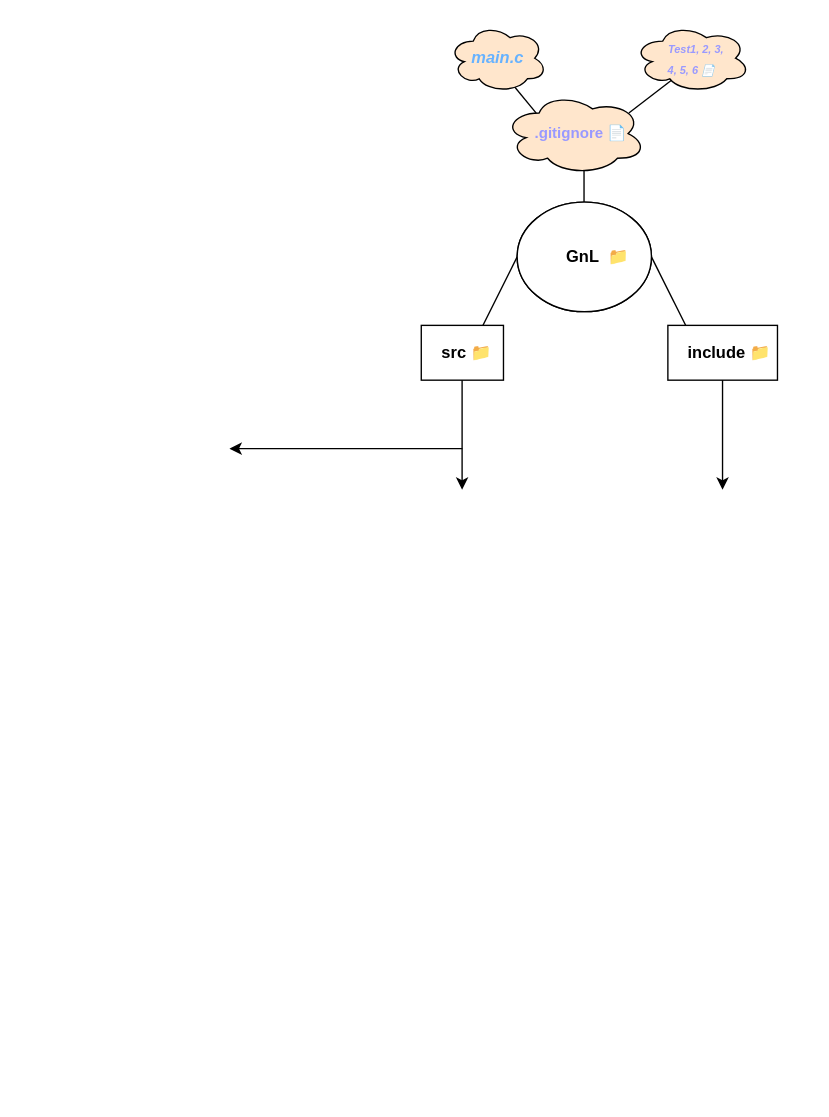
This is gnl.drawio from Akyria13/get_next_line, a draw.io file, before an edit. Source tidied: cells renumbered, new cells numbered last; positions are measured from the earlier drawing's top-left corner, leaving out a move shared by most shapes. Both pictures are drawn from the tidied source at 137%, with x=0, y=0 at pixel (229, 23).
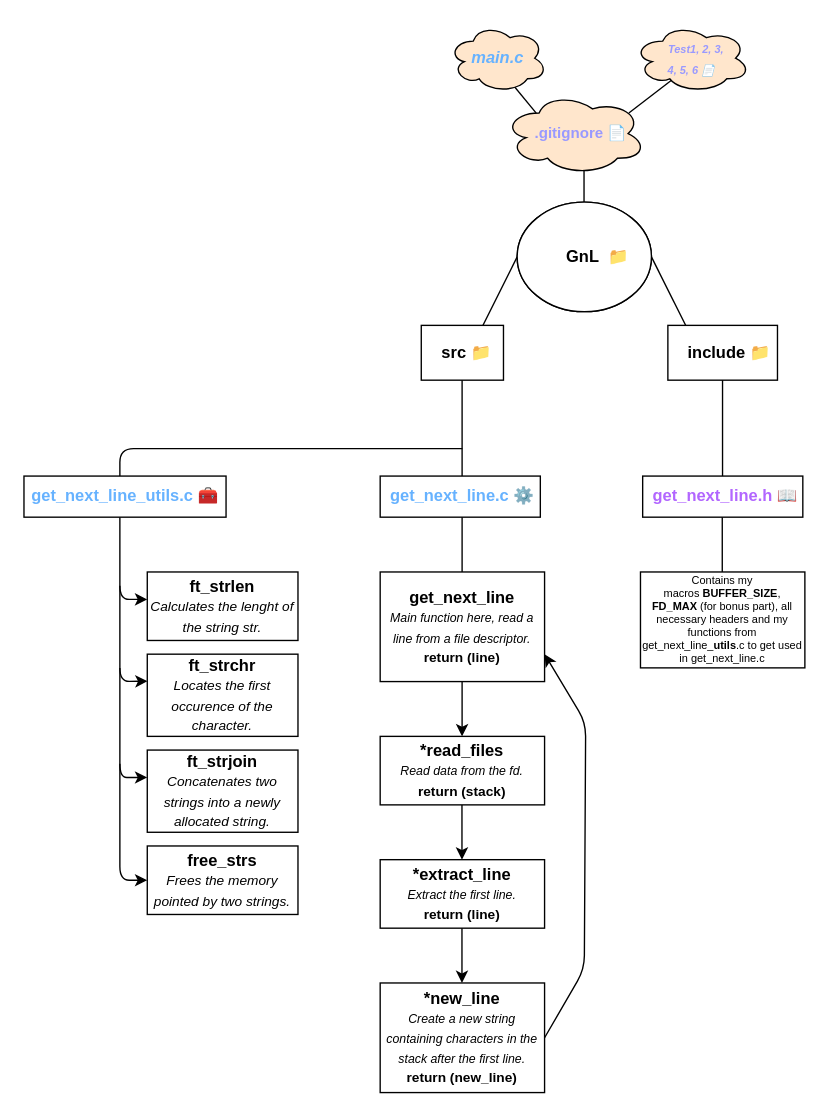
The same diagram, later.

Commit message:
🟢 Update from school : Project done with bonus

The edit, as a diff of the source:
```diff
@@
     <mxCell id="16" style="edgeStyle=none;orthogonalLoop=1;jettySize=auto;html=1;fontSize=11;" parent="1" edge="1">
       <mxGeometry relative="1" as="geometry">
         <mxPoint x="170" y="310" as="sourcePoint" />
-        <mxPoint y="310" as="targetPoint" />
+        <mxPoint x="-80" y="340" as="targetPoint" />
+        <Array as="points">
+          <mxPoint x="-80" y="310" />
+        </Array>
       </mxGeometry>
     </mxCell>
+    <mxCell id="17" value="&lt;span id=&quot;copy-emoji&quot; class=&quot;efont&quot;&gt;&lt;b&gt;&lt;font color=&quot;#66b2ff&quot;&gt;&amp;nbsp;get_next_line.c&amp;nbsp;&lt;/font&gt;&lt;/b&gt;&lt;font color=&quot;#66b2ff&quot;&gt;&lt;b&gt;⚙️&lt;/b&gt;&lt;/font&gt;&lt;br&gt;&lt;/span&gt;" style="whiteSpace=wrap;html=1;" parent="1" vertex="1">
+      <mxGeometry x="110" y="330" width="116.9" height="30" as="geometry" />
+    </mxCell>
+    <mxCell id="18" style="edgeStyle=none;orthogonalLoop=1;jettySize=auto;html=1;" parent="1" edge="1">
+      <mxGeometry relative="1" as="geometry">
+        <mxPoint x="169.8" y="360" as="sourcePoint" />
+        <mxPoint x="169.8" y="410" as="targetPoint" />
+      </mxGeometry>
+    </mxCell>
+    <mxCell id="19" value="&lt;b style=&quot;border-color: var(--border-color);&quot;&gt;get_next_line&lt;br style=&quot;border-color: var(--border-color);&quot;&gt;&lt;/b&gt;&lt;font style=&quot;&quot;&gt;&lt;i style=&quot;&quot;&gt;&lt;font style=&quot;font-size: 9px;&quot;&gt;Main function here, read a line from a file descriptor.&lt;/font&gt;&lt;br&gt;&lt;/i&gt;&lt;b style=&quot;font-size: 10px;&quot;&gt;return (line)&lt;/b&gt;&lt;/font&gt;" style="whiteSpace=wrap;html=1;" parent="1" vertex="1">
+      <mxGeometry x="110" y="400" width="120" height="80" as="geometry" />
+    </mxCell>
+    <mxCell id="20" style="edgeStyle=none;orthogonalLoop=1;jettySize=auto;html=1;fontSize=9;" parent="1" edge="1">
+      <mxGeometry relative="1" as="geometry">
+        <mxPoint x="169.8" y="480" as="sourcePoint" />
+        <mxPoint x="169.8" y="520" as="targetPoint" />
+      </mxGeometry>
+    </mxCell>
+    <mxCell id="21" value="&lt;font style=&quot;&quot;&gt;&lt;font style=&quot;&quot;&gt;&lt;b&gt;*read_files&lt;br&gt;&lt;/b&gt;&lt;/font&gt;&lt;font style=&quot;font-size: 9px;&quot;&gt;&lt;i&gt;Read data from the fd.&lt;br&gt;&lt;/i&gt;&lt;/font&gt;&lt;b style=&quot;font-size: 10px;&quot;&gt;return (stack)&lt;/b&gt;&lt;/font&gt;" style="whiteSpace=wrap;html=1;" parent="1" vertex="1">
+      <mxGeometry x="110" y="520" width="120" height="50" as="geometry" />
+    </mxCell>
+    <mxCell id="22" value="&lt;font style=&quot;&quot;&gt;&lt;font style=&quot;&quot;&gt;&lt;b&gt;*extract_line&lt;br&gt;&lt;/b&gt;&lt;/font&gt;&lt;font style=&quot;font-size: 9px;&quot;&gt;&lt;i&gt;Extract the first line.&lt;br&gt;&lt;/i&gt;&lt;/font&gt;&lt;b style=&quot;font-size: 10px;&quot;&gt;return (line)&lt;/b&gt;&lt;/font&gt;" style="whiteSpace=wrap;html=1;" parent="1" vertex="1">
+      <mxGeometry x="110" y="610" width="120" height="50" as="geometry" />
+    </mxCell>
+    <mxCell id="23" style="edgeStyle=none;orthogonalLoop=1;jettySize=auto;html=1;fontSize=9;" parent="1" edge="1">
+      <mxGeometry relative="1" as="geometry">
+        <mxPoint x="169.7" y="570" as="sourcePoint" />
+        <mxPoint x="169.7" y="610" as="targetPoint" />
+      </mxGeometry>
+    </mxCell>
+    <mxCell id="24" style="edgeStyle=none;orthogonalLoop=1;jettySize=auto;html=1;fontSize=9;" parent="1" edge="1">
+      <mxGeometry relative="1" as="geometry">
+        <mxPoint x="169.7" y="660" as="sourcePoint" />
+        <mxPoint x="169.7" y="700" as="targetPoint" />
+      </mxGeometry>
+    </mxCell>
+    <mxCell id="25" value="&lt;font style=&quot;&quot;&gt;&lt;font style=&quot;&quot;&gt;&lt;b&gt;*new_line&lt;br&gt;&lt;/b&gt;&lt;/font&gt;&lt;font style=&quot;font-size: 9px;&quot;&gt;&lt;i&gt;Create a new string containing characters in the stack after the first line.&lt;br&gt;&lt;/i&gt;&lt;/font&gt;&lt;b style=&quot;font-size: 10px;&quot;&gt;return (new_line)&lt;/b&gt;&lt;/font&gt;" style="whiteSpace=wrap;html=1;" parent="1" vertex="1">
+      <mxGeometry x="110" y="700" width="120" height="80" as="geometry" />
+    </mxCell>
+    <mxCell id="26" style="edgeStyle=none;jettySize=auto;html=1;fontSize=8;exitX=1;exitY=0.5;exitDx=0;exitDy=0;entryX=1;entryY=0.75;entryDx=0;entryDy=0;" parent="1" edge="1" source="25" target="19">
+      <mxGeometry relative="1" as="geometry">
+        <Array as="points">
+          <mxPoint x="259" y="690" />
+          <mxPoint x="260" y="510" />
+        </Array>
+      </mxGeometry>
+    </mxCell>
+    <mxCell id="27" value="&lt;span id=&quot;copy-emoji&quot; class=&quot;efont&quot;&gt;&lt;b&gt;&lt;font color=&quot;#66b2ff&quot;&gt;get_next_line_utils.c&amp;nbsp;&lt;/font&gt;&lt;/b&gt;&lt;font color=&quot;#66b2ff&quot;&gt;&lt;b&gt;🧰&lt;/b&gt;&lt;/font&gt;&lt;br&gt;&lt;/span&gt;" style="whiteSpace=wrap;html=1;" parent="1" vertex="1">
+      <mxGeometry x="-150" y="330" width="147.5" height="30" as="geometry" />
+    </mxCell>
+    <mxCell id="28" style="edgeStyle=none;orthogonalLoop=1;jettySize=auto;html=1;" parent="1" edge="1">
+      <mxGeometry relative="1" as="geometry">
+        <mxPoint x="-80" y="360" as="sourcePoint" />
+        <mxPoint x="-60" y="420" as="targetPoint" />
+        <Array as="points">
+          <mxPoint x="-80" y="380" />
+          <mxPoint x="-80" y="420" />
+        </Array>
+      </mxGeometry>
+    </mxCell>
+    <mxCell id="29" value="&lt;font style=&quot;&quot;&gt;&lt;font style=&quot;&quot;&gt;&lt;b&gt;ft_strlen&lt;br&gt;&lt;/b&gt;&lt;/font&gt;&lt;font size=&quot;1&quot;&gt;&lt;i&gt;Calculates the lenght of the string str.&lt;/i&gt;&lt;/font&gt;&lt;br&gt;&lt;/font&gt;" style="whiteSpace=wrap;html=1;" parent="1" vertex="1">
+      <mxGeometry x="-60" y="400" width="110" height="50" as="geometry" />
+    </mxCell>
+    <mxCell id="30" style="edgeStyle=none;jettySize=auto;html=1;entryX=0.002;entryY=0.328;entryDx=0;entryDy=0;entryPerimeter=0;" parent="1" edge="1" target="31">
+      <mxGeometry relative="1" as="geometry">
+        <mxPoint x="-80" y="410" as="sourcePoint" />
+        <Array as="points">
+          <mxPoint x="-80" y="480" />
+        </Array>
+      </mxGeometry>
+    </mxCell>
+    <mxCell id="31" value="&lt;font style=&quot;&quot;&gt;&lt;font style=&quot;&quot;&gt;&lt;b&gt;ft_strchr&lt;br&gt;&lt;/b&gt;&lt;/font&gt;&lt;font size=&quot;1&quot;&gt;&lt;i&gt;Locates the first occurence of the character.&lt;/i&gt;&lt;/font&gt;&lt;br&gt;&lt;/font&gt;" style="whiteSpace=wrap;html=1;" parent="1" vertex="1">
+      <mxGeometry x="-60" y="460" width="110" height="60" as="geometry" />
+    </mxCell>
+    <mxCell id="32" style="edgeStyle=none;jettySize=auto;html=1;fontSize=8;entryX=0;entryY=0.333;entryDx=0;entryDy=0;entryPerimeter=0;" parent="1" edge="1" target="33">
+      <mxGeometry relative="1" as="geometry">
+        <mxPoint x="-80" y="470" as="sourcePoint" />
+        <Array as="points">
+          <mxPoint x="-80" y="550" />
+          <mxPoint x="-70" y="550" />
+        </Array>
+      </mxGeometry>
+    </mxCell>
+    <mxCell id="33" value="&lt;font style=&quot;&quot;&gt;&lt;font style=&quot;&quot;&gt;&lt;b&gt;ft_strjoin&lt;br&gt;&lt;/b&gt;&lt;/font&gt;&lt;font size=&quot;1&quot;&gt;&lt;i&gt;Concatenates two strings into a newly allocated string.&lt;/i&gt;&lt;/font&gt;&lt;br&gt;&lt;/font&gt;" style="whiteSpace=wrap;html=1;" parent="1" vertex="1">
+      <mxGeometry x="-60" y="530" width="110" height="60" as="geometry" />
+    </mxCell>
+    <mxCell id="34" value="&lt;font style=&quot;&quot;&gt;&lt;b&gt;free_strs&lt;br&gt;&lt;/b&gt;&lt;i style=&quot;font-size: x-small;&quot;&gt;Frees the memory pointed by two strings.&lt;/i&gt;&lt;br&gt;&lt;/font&gt;" style="whiteSpace=wrap;html=1;" parent="1" vertex="1">
+      <mxGeometry x="-60" y="600" width="110" height="50" as="geometry" />
+    </mxCell>
+    <mxCell id="35" style="edgeStyle=none;jettySize=auto;html=1;fontSize=8;entryX=0;entryY=0.5;entryDx=0;entryDy=0;" parent="1" edge="1" target="34">
+      <mxGeometry relative="1" as="geometry">
+        <mxPoint x="-80" y="540" as="sourcePoint" />
+        <Array as="points">
+          <mxPoint x="-80" y="580" />
+          <mxPoint x="-80" y="625" />
+        </Array>
+      </mxGeometry>
+    </mxCell>
+    <mxCell id="36" value="&lt;span id=&quot;copy-emoji&quot; class=&quot;efont&quot;&gt;&lt;font color=&quot;#b266ff&quot;&gt;&lt;b style=&quot;&quot;&gt;&amp;nbsp;get_next_line.h&amp;nbsp;&lt;/b&gt;&lt;b style=&quot;&quot;&gt;📖&lt;/b&gt;&lt;/font&gt;&lt;br&gt;&lt;/span&gt;" style="whiteSpace=wrap;html=1;" parent="1" vertex="1">
+      <mxGeometry x="301.6" y="330" width="116.9" height="30" as="geometry" />
+    </mxCell>
+    <mxCell id="37" style="edgeStyle=none;orthogonalLoop=1;jettySize=auto;html=1;" parent="1" edge="1">
+      <mxGeometry relative="1" as="geometry">
+        <mxPoint x="359.7" y="360" as="sourcePoint" />
+        <mxPoint x="359.7" y="410" as="targetPoint" />
+      </mxGeometry>
+    </mxCell>
+    <mxCell id="38" value="&lt;font color=&quot;#000000&quot;&gt;Contains my macros&amp;nbsp;&lt;b&gt;BUFFER_SIZE&lt;/b&gt;, &lt;b&gt;FD_MAX&lt;/b&gt; (for bonus part), all necessary headers and my functions from get_next_line_&lt;b&gt;utils&lt;/b&gt;.c to get used in get_next_line.c&lt;br&gt;&lt;/font&gt;" style="whiteSpace=wrap;html=1;fontSize=8;fontColor=#B266FF;" parent="1" vertex="1">
+      <mxGeometry x="300" y="400" width="120" height="70" as="geometry" />
+    </mxCell>
```
